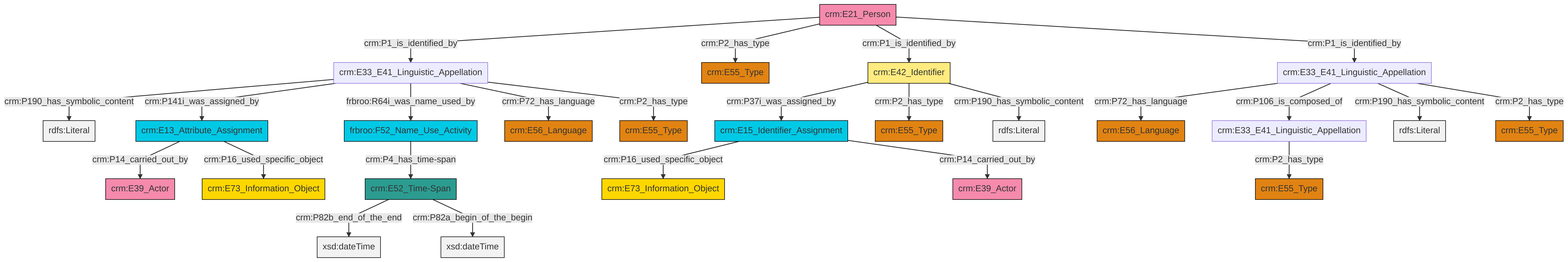
swiss-art-research-net/docs.swissartresearch keeps this Mermaid diagram as et/personCSV/ttl/mmd/png/Person_Names_and_Classification.png. Above is the earlier version. Its source is kept beside it as et/personCSV/ttl/mmd/Person_Names_and_Classification.ttl.mmd.
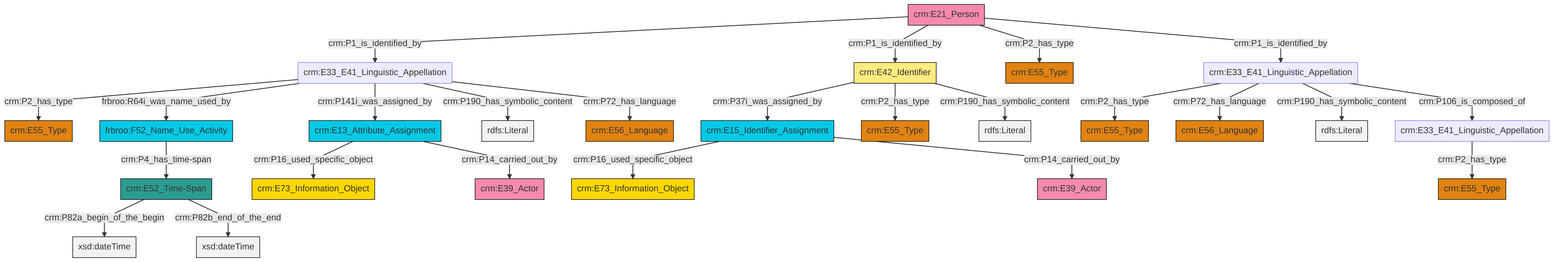
After the change.

The edit, as a diff of the source:
```diff
@@ -13,27 +13,27 @@
 classDef PC_Classes fill:#4ce600, stroke:#000000;
 classDef Multi fill:#cccccc,stroke:#000000;
 
-0["crm:E33_E41_Linguistic_Appellation"]:::Default -->|crm:P190_has_symbolic_content| 1[rdfs:Literal]:::Literal
-4["crm:E42_Identifier"]:::Appellation -->|crm:P37i_was_assigned_by| 5["crm:E15_Identifier_Assignment"]:::Temporal_Entity
-4["crm:E42_Identifier"]:::Appellation -->|crm:P2_has_type| 8["crm:E55_Type"]:::Type
-9["frbroo:F52_Name_Use_Activity"]:::Temporal_Entity -->|crm:P4_has_time-span| 2["crm:E52_Time-Span"]:::Time-Span
-12["crm:E33_E41_Linguistic_Appellation"]:::Default -->|crm:P72_has_language| 13["crm:E56_Language"]:::Type
-5["crm:E15_Identifier_Assignment"]:::Temporal_Entity -->|crm:P16_used_specific_object| 15["crm:E73_Information_Object"]:::Conceptual_Object
-10["crm:E13_Attribute_Assignment"]:::Temporal_Entity -->|crm:P14_carried_out_by| 25["crm:E39_Actor"]:::Actor
-2["crm:E52_Time-Span"]:::Time-Span -->|crm:P82b_end_of_the_end| 26[xsd:dateTime]:::Literal
-27["crm:E21_Person"]:::Actor -->|crm:P1_is_identified_by| 0["crm:E33_E41_Linguistic_Appellation"]:::Default
-12["crm:E33_E41_Linguistic_Appellation"]:::Default -->|crm:P106_is_composed_of| 22["crm:E33_E41_Linguistic_Appellation"]:::Default
-27["crm:E21_Person"]:::Actor -->|crm:P2_has_type| 18["crm:E55_Type"]:::Type
-0["crm:E33_E41_Linguistic_Appellation"]:::Default -->|crm:P141i_was_assigned_by| 10["crm:E13_Attribute_Assignment"]:::Temporal_Entity
-12["crm:E33_E41_Linguistic_Appellation"]:::Default -->|crm:P190_has_symbolic_content| 29[rdfs:Literal]:::Literal
-27["crm:E21_Person"]:::Actor -->|crm:P1_is_identified_by| 4["crm:E42_Identifier"]:::Appellation
-12["crm:E33_E41_Linguistic_Appellation"]:::Default -->|crm:P2_has_type| 20["crm:E55_Type"]:::Type
-10["crm:E13_Attribute_Assignment"]:::Temporal_Entity -->|crm:P16_used_specific_object| 36["crm:E73_Information_Object"]:::Conceptual_Object
-0["crm:E33_E41_Linguistic_Appellation"]:::Default -->|frbroo:R64i_was_name_used_by| 9["frbroo:F52_Name_Use_Activity"]:::Temporal_Entity
-2["crm:E52_Time-Span"]:::Time-Span -->|crm:P82a_begin_of_the_begin| 39[xsd:dateTime]:::Literal
-0["crm:E33_E41_Linguistic_Appellation"]:::Default -->|crm:P72_has_language| 32["crm:E56_Language"]:::Type
-4["crm:E42_Identifier"]:::Appellation -->|crm:P190_has_symbolic_content| 43[rdfs:Literal]:::Literal
-5["crm:E15_Identifier_Assignment"]:::Temporal_Entity -->|crm:P14_carried_out_by| 44["crm:E39_Actor"]:::Actor
-22["crm:E33_E41_Linguistic_Appellation"]:::Default -->|crm:P2_has_type| 6["crm:E55_Type"]:::Type
-0["crm:E33_E41_Linguistic_Appellation"]:::Default -->|crm:P2_has_type| 37["crm:E55_Type"]:::Type
-27["crm:E21_Person"]:::Actor -->|crm:P1_is_identified_by| 12["crm:E33_E41_Linguistic_Appellation"]:::Default
+4["crm:E33_E41_Linguistic_Appellation"]:::Default -->|crm:P2_has_type| 5["crm:E55_Type"]:::Type
+6["crm:E42_Identifier"]:::Appellation -->|crm:P37i_was_assigned_by| 7["crm:E15_Identifier_Assignment"]:::Temporal_Entity
+11["crm:E13_Attribute_Assignment"]:::Temporal_Entity -->|crm:P16_used_specific_object| 2["crm:E73_Information_Object"]:::Conceptual_Object
+18["crm:E33_E41_Linguistic_Appellation"]:::Default -->|crm:P2_has_type| 19["crm:E55_Type"]:::Type
+4["crm:E33_E41_Linguistic_Appellation"]:::Default -->|frbroo:R64i_was_name_used_by| 0["frbroo:F52_Name_Use_Activity"]:::Temporal_Entity
+11["crm:E13_Attribute_Assignment"]:::Temporal_Entity -->|crm:P14_carried_out_by| 16["crm:E39_Actor"]:::Actor
+6["crm:E42_Identifier"]:::Appellation -->|crm:P2_has_type| 22["crm:E55_Type"]:::Type
+4["crm:E33_E41_Linguistic_Appellation"]:::Default -->|crm:P141i_was_assigned_by| 11["crm:E13_Attribute_Assignment"]:::Temporal_Entity
+18["crm:E33_E41_Linguistic_Appellation"]:::Default -->|crm:P72_has_language| 24["crm:E56_Language"]:::Type
+0["frbroo:F52_Name_Use_Activity"]:::Temporal_Entity -->|crm:P4_has_time-span| 25["crm:E52_Time-Span"]:::Time-Span
+6["crm:E42_Identifier"]:::Appellation -->|crm:P190_has_symbolic_content| 26[rdfs:Literal]:::Literal
+25["crm:E52_Time-Span"]:::Time-Span -->|crm:P82a_begin_of_the_begin| 27[xsd:dateTime]:::Literal
+7["crm:E15_Identifier_Assignment"]:::Temporal_Entity -->|crm:P16_used_specific_object| 28["crm:E73_Information_Object"]:::Conceptual_Object
+4["crm:E33_E41_Linguistic_Appellation"]:::Default -->|crm:P190_has_symbolic_content| 29[rdfs:Literal]:::Literal
+25["crm:E52_Time-Span"]:::Time-Span -->|crm:P82b_end_of_the_end| 30[xsd:dateTime]:::Literal
+33["crm:E21_Person"]:::Actor -->|crm:P1_is_identified_by| 4["crm:E33_E41_Linguistic_Appellation"]:::Default
+4["crm:E33_E41_Linguistic_Appellation"]:::Default -->|crm:P72_has_language| 34["crm:E56_Language"]:::Type
+18["crm:E33_E41_Linguistic_Appellation"]:::Default -->|crm:P190_has_symbolic_content| 37[rdfs:Literal]:::Literal
+12["crm:E33_E41_Linguistic_Appellation"]:::Default -->|crm:P2_has_type| 31["crm:E55_Type"]:::Type
+18["crm:E33_E41_Linguistic_Appellation"]:::Default -->|crm:P106_is_composed_of| 12["crm:E33_E41_Linguistic_Appellation"]:::Default
+33["crm:E21_Person"]:::Actor -->|crm:P1_is_identified_by| 6["crm:E42_Identifier"]:::Appellation
+7["crm:E15_Identifier_Assignment"]:::Temporal_Entity -->|crm:P14_carried_out_by| 43["crm:E39_Actor"]:::Actor
+33["crm:E21_Person"]:::Actor -->|crm:P2_has_type| 14["crm:E55_Type"]:::Type
+33["crm:E21_Person"]:::Actor -->|crm:P1_is_identified_by| 18["crm:E33_E41_Linguistic_Appellation"]:::Default
```
